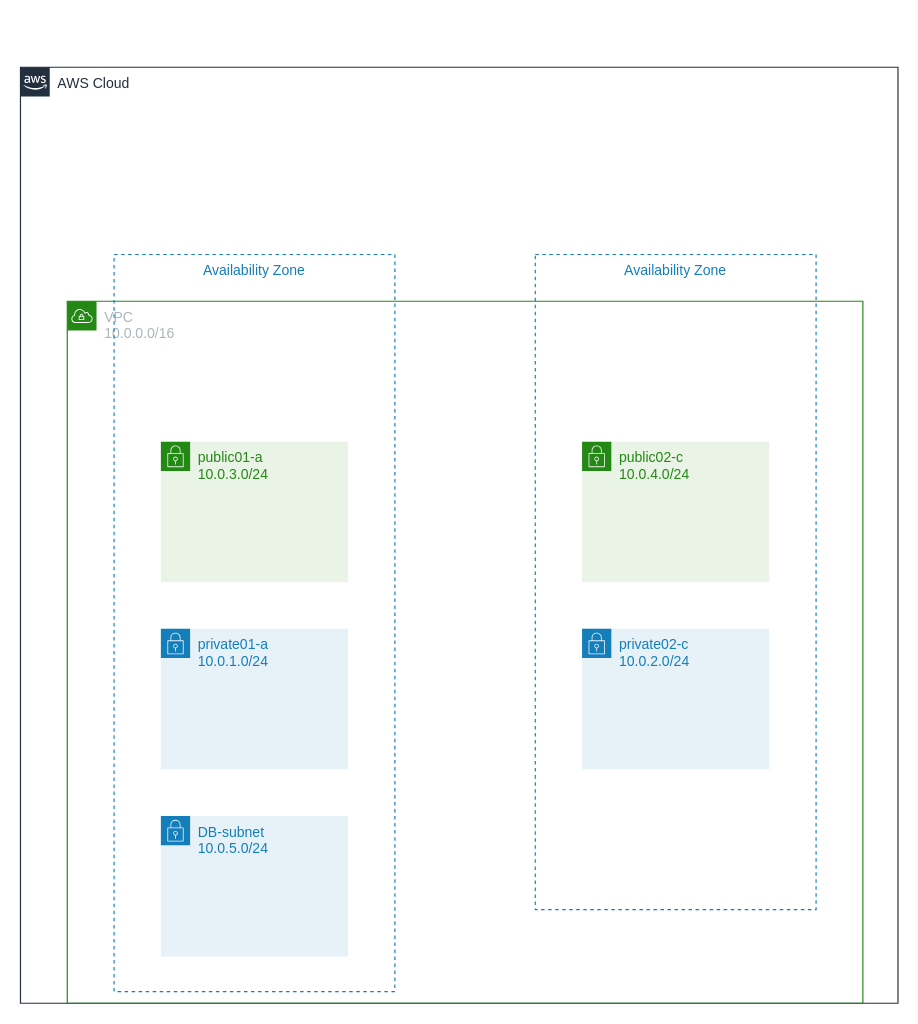
Before: CineLog2構成図.drawio in makirita/CineLog2, a draw.io diagram. Source tidied: cells renumbered, new cells numbered last; positions are measured from the earlier drawing's top-left corner, leaving out a move shared by most shapes. Both pictures are drawn from the tidied source at 117%, with x=0, y=0 at pixel (20, 67).
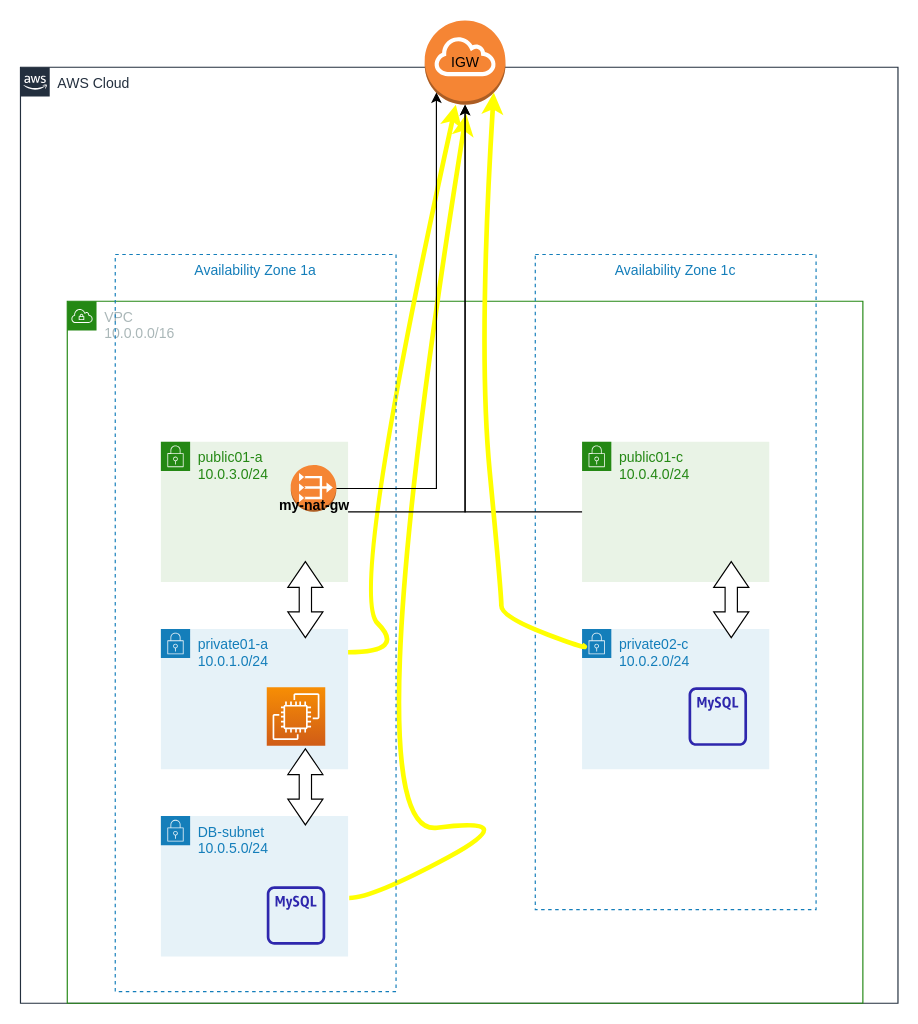
The same page after the edit.

Commit message (it also covers changes not shown here):
CineLog2構成図.drawio を更新します

Unchanged cells that the change refers to:
```xml
<mxCell id="2" value="AWS Cloud" style="gradientColor=none;html=1;whiteSpace=wrap;fontSize=12;fontStyle=0;shape=mxgraph.aws4.group;grIcon=mxgraph.aws4.group_aws_cloud_alt;strokeColor=#232F3E;fillColor=none;verticalAlign=top;align=left;spacingLeft=30;fontColor=#232F3E;dashed=0;" parent="1" vertex="1">
  <mxGeometry width="750" height="800" as="geometry" />
</mxCell>
<mxCell id="3" value="VPC&lt;br&gt;10.0.0.0/16" style="gradientColor=none;html=1;whiteSpace=wrap;fontSize=12;fontStyle=0;shape=mxgraph.aws4.group;grIcon=mxgraph.aws4.group_vpc;strokeColor=#248814;fillColor=none;verticalAlign=top;align=left;spacingLeft=30;fontColor=#AAB7B8;dashed=0;" parent="2" vertex="1">
  <mxGeometry x="40" y="200" width="680" height="600" as="geometry" />
</mxCell>
<mxCell id="6" value="private02-c&lt;br&gt;10.0.2.0/24" style="points=[[0,0],[0.25,0],[0.5,0],[0.75,0],[1,0],[1,0.25],[1,0.5],[1,0.75],[1,1],[0.75,1],[0.5,1],[0.25,1],[0,1],[0,0.75],[0,0.5],[0,0.25]];outlineConnect=0;gradientColor=none;html=1;whiteSpace=wrap;fontSize=12;fontStyle=0;shape=mxgraph.aws4.group;grIcon=mxgraph.aws4.group_security_group;grStroke=0;strokeColor=#147EBA;fillColor=#E6F2F8;verticalAlign=top;align=left;spacingLeft=30;fontColor=#147EBA;dashed=0;" parent="3" vertex="1">
  <mxGeometry x="440" y="280" width="160" height="120" as="geometry" />
</mxCell>
<mxCell id="8" value="public01-a&lt;br&gt;10.0.3.0/24" style="points=[[0,0],[0.25,0],[0.5,0],[0.75,0],[1,0],[1,0.25],[1,0.5],[1,0.75],[1,1],[0.75,1],[0.5,1],[0.25,1],[0,1],[0,0.75],[0,0.5],[0,0.25]];outlineConnect=0;gradientColor=none;html=1;whiteSpace=wrap;fontSize=12;fontStyle=0;shape=mxgraph.aws4.group;grIcon=mxgraph.aws4.group_security_group;grStroke=0;strokeColor=#248814;fillColor=#E9F3E6;verticalAlign=top;align=left;spacingLeft=30;fontColor=#248814;dashed=0;" parent="3" vertex="1">
  <mxGeometry x="80" y="120" width="160" height="120" as="geometry" />
</mxCell>
```

Diff of the diagram source:
```diff
@@
-    <mxCell id="5" value="Availability Zone" style="fillColor=none;strokeColor=#147EBA;dashed=1;verticalAlign=top;fontStyle=0;fontColor=#147EBA;whiteSpace=wrap;html=1;" parent="3" vertex="1">
+    <mxCell id="5" value="Availability Zone 1c" style="fillColor=none;strokeColor=#147EBA;dashed=1;verticalAlign=top;fontStyle=0;fontColor=#147EBA;whiteSpace=wrap;html=1;" parent="3" vertex="1">
       <mxGeometry x="400" y="-40" width="240" height="560" as="geometry" />
     </mxCell>
@@
-    <mxCell id="7" value="public02-c&lt;br&gt;10.0.4.0/24" style="points=[[0,0],[0.25,0],[0.5,0],[0.75,0],[1,0],[1,0.25],[1,0.5],[1,0.75],[1,1],[0.75,1],[0.5,1],[0.25,1],[0,1],[0,0.75],[0,0.5],[0,0.25]];outlineConnect=0;gradientColor=none;html=1;whiteSpace=wrap;fontSize=12;fontStyle=0;shape=mxgraph.aws4.group;grIcon=mxgraph.aws4.group_security_group;grStroke=0;strokeColor=#248814;fillColor=#E9F3E6;verticalAlign=top;align=left;spacingLeft=30;fontColor=#248814;dashed=0;" parent="3" vertex="1">
+    <mxCell id="7" value="public01-c&lt;br&gt;10.0.4.0/24" style="points=[[0,0],[0.25,0],[0.5,0],[0.75,0],[1,0],[1,0.25],[1,0.5],[1,0.75],[1,1],[0.75,1],[0.5,1],[0.25,1],[0,1],[0,0.75],[0,0.5],[0,0.25]];outlineConnect=0;gradientColor=none;html=1;whiteSpace=wrap;fontSize=12;fontStyle=0;shape=mxgraph.aws4.group;grIcon=mxgraph.aws4.group_security_group;grStroke=0;strokeColor=#248814;fillColor=#E9F3E6;verticalAlign=top;align=left;spacingLeft=30;fontColor=#248814;dashed=0;" parent="3" vertex="1">
       <mxGeometry x="440" y="120" width="160" height="120" as="geometry" />
     </mxCell>
@@
+    <mxCell id="11" style="sketch=0;fontColor=#232F3E;gradientColor=none;fillColor=#2E27AD;strokeColor=none;dashed=0;verticalLabelPosition=bottom;verticalAlign=top;align=center;html=1;fontSize=12;fontStyle=0;shape=mxgraph.aws4.rds_mysql_instance_alt;" parent="3" vertex="1">
+      <mxGeometry x="531" y="330" width="50" height="50" as="geometry" />
+    </mxCell>
+    <mxCell id="12" style="curved=1;endArrow=classic;html=1;rounded=0;fillColor=#f8cecc;strokeColor=#FFFF00;strokeWidth=4;" parent="3" edge="1" target="21">
+      <mxGeometry relative="1" as="geometry">
+        <mxPoint x="240" y="300" as="sourcePoint" />
+        <Array as="points">
+          <mxPoint x="290" y="300" />
+          <mxPoint x="240" y="250" />
+        </Array>
+      </mxGeometry>
+    </mxCell>
+    <mxCell id="13" style="curved=1;endArrow=classic;html=1;rounded=0;strokeWidth=4;strokeColor=#FFFF00;" parent="3" edge="1">
+      <mxGeometry relative="1" as="geometry">
+        <mxPoint x="241" y="510" as="sourcePoint" />
+        <mxPoint x="341" y="-160" as="targetPoint" />
+        <Array as="points">
+          <mxPoint x="261" y="510" />
+          <mxPoint x="391" y="440" />
+          <mxPoint x="241" y="460" />
+        </Array>
+      </mxGeometry>
+    </mxCell>
+    <mxCell id="14" style="html=1;shadow=0;dashed=0;align=center;verticalAlign=middle;shape=mxgraph.arrows2.twoWayArrow;dy=0.65;dx=22;rotation=-90;" parent="3" vertex="1">
+      <mxGeometry x="171" y="240" width="65" height="30" as="geometry" />
+    </mxCell>
+    <mxCell id="15" style="html=1;shadow=0;dashed=0;align=center;verticalAlign=middle;shape=mxgraph.arrows2.twoWayArrow;dy=0.65;dx=22;rotation=-90;" parent="3" vertex="1">
+      <mxGeometry x="171" y="400" width="65" height="30" as="geometry" />
+    </mxCell>
+    <mxCell id="16" style="html=1;shadow=0;dashed=0;align=center;verticalAlign=middle;shape=mxgraph.arrows2.twoWayArrow;dy=0.65;dx=22;rotation=-90;" parent="3" vertex="1">
+      <mxGeometry x="535" y="240" width="65" height="30" as="geometry" />
+    </mxCell>
+    <mxCell id="17" style="outlineConnect=0;dashed=0;verticalLabelPosition=bottom;verticalAlign=top;align=center;html=1;shape=mxgraph.aws3.vpc_nat_gateway;fillColor=#F58534;gradientColor=none;" parent="2" vertex="1">
+      <mxGeometry x="231" y="340" width="39" height="40" as="geometry" />
+    </mxCell>
+    <mxCell id="18" value="&lt;b&gt;my-nat-gw&lt;/b&gt;" style="text;html=1;align=center;verticalAlign=middle;strokeColor=none;fillColor=none;" parent="2" vertex="1">
+      <mxGeometry x="210.5" y="360" width="80" height="30" as="geometry" />
+    </mxCell>
+    <mxCell id="19" style="sketch=0;fontColor=#232F3E;gradientColor=none;fillColor=#2E27AD;strokeColor=none;dashed=0;verticalLabelPosition=bottom;verticalAlign=top;align=center;html=1;fontSize=12;fontStyle=0;shape=mxgraph.aws4.rds_mysql_instance_alt;" parent="2" vertex="1">
+      <mxGeometry x="210.5" y="700" width="50" height="50" as="geometry" />
+    </mxCell>
+    <mxCell id="20" style="sketch=0;fontColor=#232F3E;gradientColor=#F78E04;gradientDirection=north;fillColor=#D05C17;strokeColor=#ffffff;dashed=0;verticalLabelPosition=bottom;verticalAlign=top;align=center;html=1;fontSize=12;fontStyle=0;shape=mxgraph.aws4.resourceIcon;resIcon=mxgraph.aws4.ec2;" parent="2" vertex="1">
+      <mxGeometry x="210.5" y="530" width="50" height="50" as="geometry" />
+    </mxCell>
-    <mxCell id="10" value="Availability Zone" style="fillColor=none;strokeColor=#147EBA;dashed=1;verticalAlign=top;fontStyle=0;fontColor=#147EBA;whiteSpace=wrap;html=1;" parent="2" vertex="1">
-      <mxGeometry x="80" y="160" width="240" height="630" as="geometry" />
+    <mxCell id="10" value="Availability Zone 1a" style="fillColor=none;strokeColor=#147EBA;dashed=1;verticalAlign=top;fontStyle=0;fontColor=#147EBA;whiteSpace=wrap;html=1;" parent="2" vertex="1">
+      <mxGeometry x="81" y="160" width="240" height="630" as="geometry" />
     </mxCell>
+    <mxCell id="21" style="outlineConnect=0;dashed=0;verticalLabelPosition=bottom;verticalAlign=top;align=center;html=1;shape=mxgraph.aws3.internet_gateway;fillColor=#F58534;gradientColor=none;" parent="1" vertex="1">
+      <mxGeometry x="345.5" y="-40" width="69" height="72" as="geometry" />
+    </mxCell>
+    <mxCell id="22" style="edgeStyle=orthogonalEdgeStyle;rounded=0;jettySize=auto;html=1;" parent="1" edge="1" source="8" target="21">
+      <mxGeometry relative="1" as="geometry" />
+    </mxCell>
+    <mxCell id="23" value="IGW" style="text;html=1;align=center;verticalAlign=middle;strokeColor=none;fillColor=none;" parent="1" vertex="1">
+      <mxGeometry x="355" y="-19" width="50" height="30" as="geometry" />
+    </mxCell>
+    <mxCell id="24" style="edgeStyle=orthogonalEdgeStyle;rounded=0;jettySize=auto;html=1;" parent="1" edge="1" source="7" target="21">
+      <mxGeometry relative="1" as="geometry" />
+    </mxCell>
+    <mxCell id="25" style="edgeStyle=orthogonalEdgeStyle;rounded=0;jettySize=auto;html=1;entryX=0.145;entryY=0.855;entryDx=0;entryDy=0;entryPerimeter=0;" parent="1" edge="1" source="17" target="21">
+      <mxGeometry relative="1" as="geometry" />
+    </mxCell>
+    <mxCell id="26" style="curved=1;endArrow=classic;html=1;rounded=0;entryX=0.855;entryY=0.855;entryDx=0;entryDy=0;entryPerimeter=0;strokeWidth=4;strokeColor=#FFFF00;" parent="1" edge="1" source="6" target="21">
+      <mxGeometry relative="1" as="geometry">
+        <Array as="points">
+          <mxPoint x="491" y="500" />
+          <mxPoint x="411" y="470" />
+          <mxPoint x="411" y="450" />
+          <mxPoint x="391" y="240" />
+        </Array>
+      </mxGeometry>
+    </mxCell>
```
